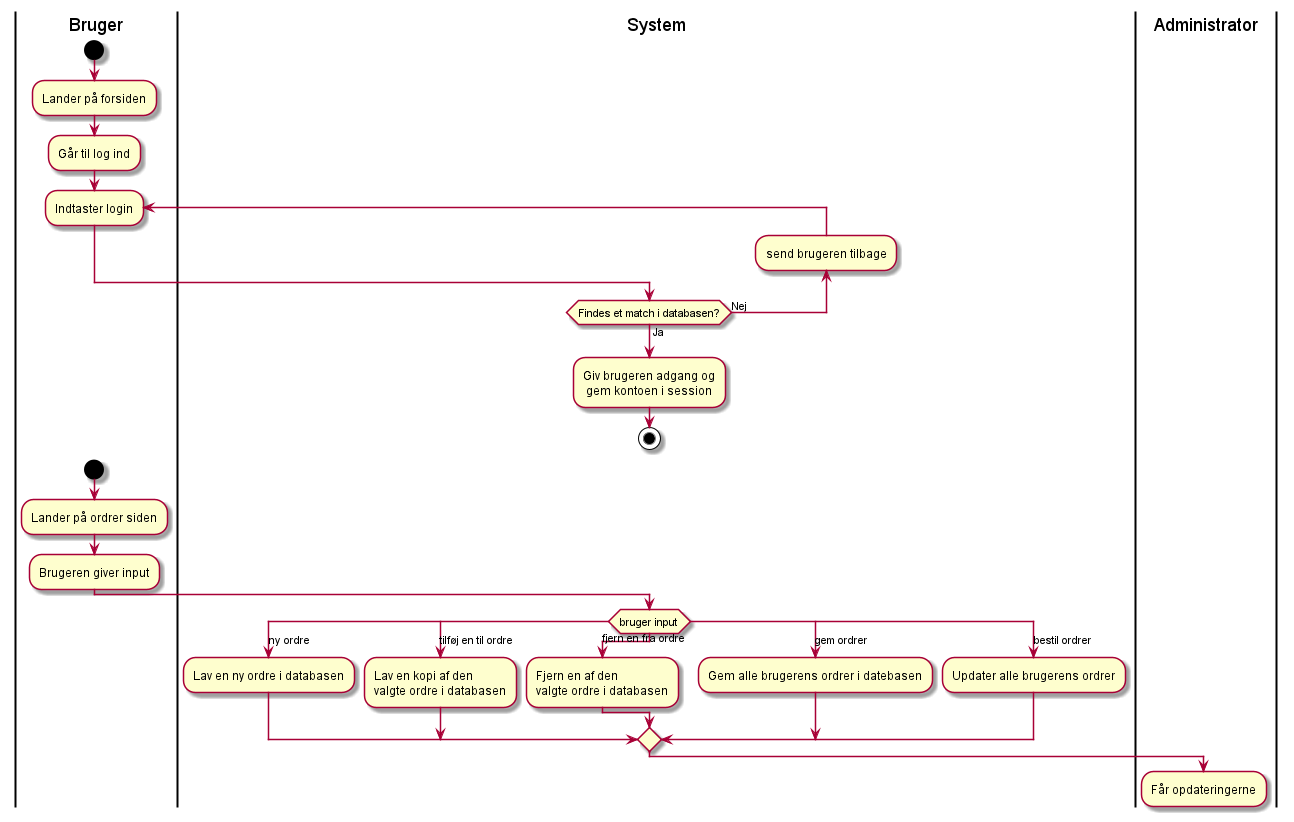
Above: documentation/Aktivitetsdiagram.png in DeRp-DaWg/CupcakeProjekt (PlantUML), before the change. Source of this version:
```plantuml
@startuml

|Bruger|
start
:Lander på forsiden;
:Går til log ind;
repeat :Indtaster login;
|System|
backward :send brugeren tilbage;
repeat while (Findes et match i databasen?) is (Nej) not (Ja)
:Giv brugeren adgang og
 gem kontoen i session;
stop
|Bruger|
start
:Lander på ordrer siden;
:Brugeren giver input;
|System|
switch (bruger input)
case (ny ordre)
    :Lav en ny ordre i databasen;
case (tilføj en til ordre)
    :Lav en kopi af den
    valgte ordre i databasen;
case (fjern en fra ordre)
    :Fjern en af den
    valgte ordre i databasen;
case (gem ordrer)
    :Gem alle brugerens ordrer i datebasen;
case (bestil ordrer)
    :Updater alle brugerens ordrer;
|Administrator|
endswitch
:Får opdateringerne;
@enduml
```
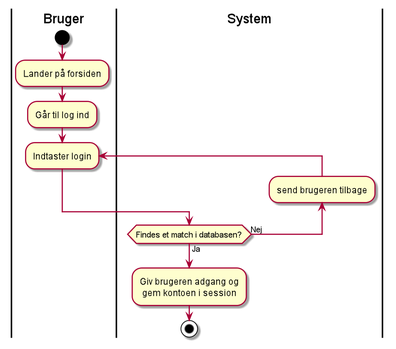
Later version of the same file.

What changed in the source:
```diff
@@ -11,25 +11,6 @@
 :Giv brugeren adgang og
  gem kontoen i session;
 stop
-|Bruger|
-start
-:Lander på ordrer siden;
-:Brugeren giver input;
-|System|
-switch (bruger input)
-case (ny ordre)
-    :Lav en ny ordre i databasen;
-case (tilføj en til ordre)
-    :Lav en kopi af den
-    valgte ordre i databasen;
-case (fjern en fra ordre)
-    :Fjern en af den
-    valgte ordre i databasen;
-case (gem ordrer)
-    :Gem alle brugerens ordrer i datebasen;
-case (bestil ordrer)
-    :Updater alle brugerens ordrer;
-|Administrator|
-endswitch
-:Får opdateringerne;
+
+
 @enduml
```
